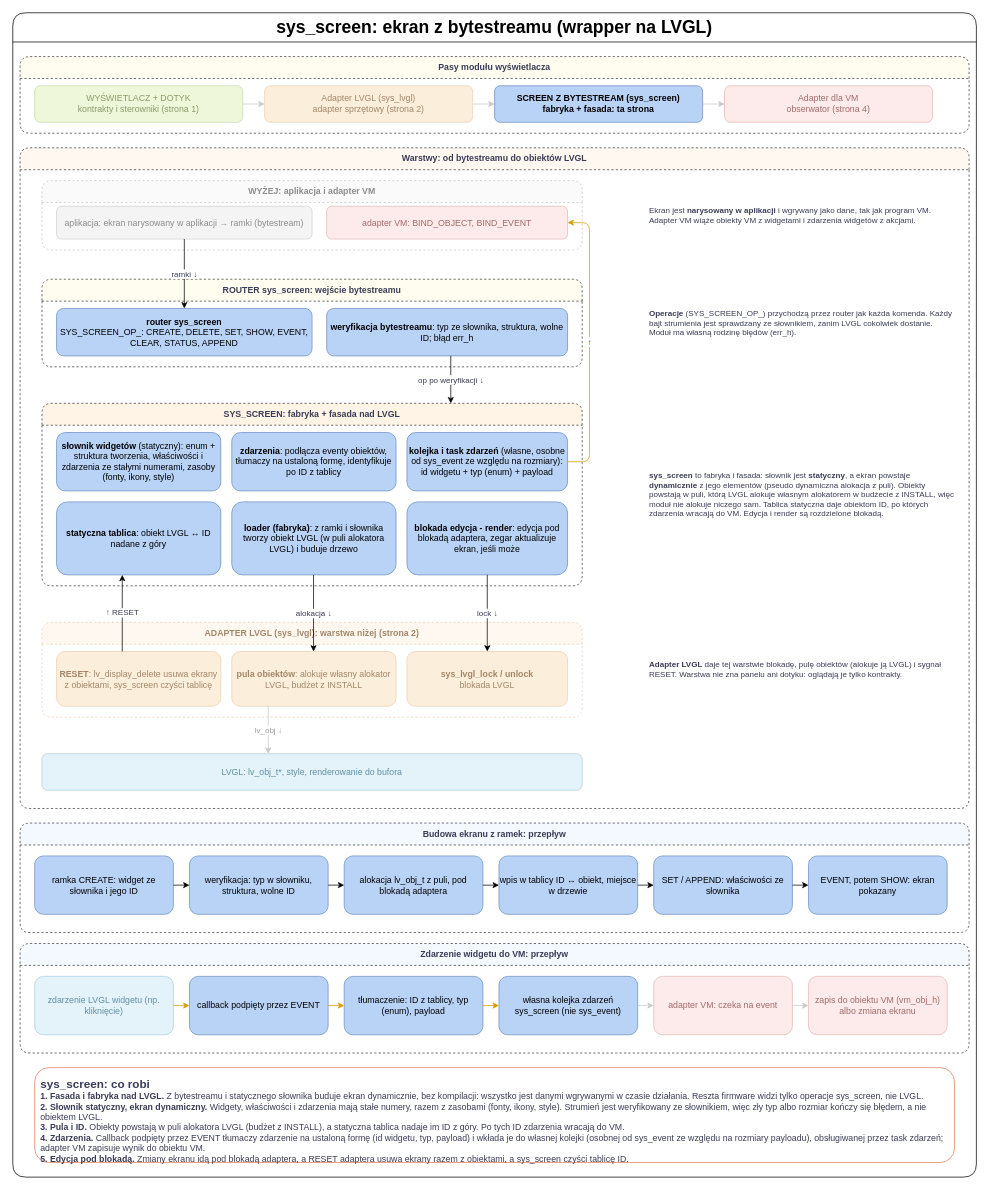
Earlier version of the draw.io diagram page "3 sys_screen: ekran z bytestreamu" (3 of 4) of _SOFTWARE/runit-display.drawio (prukasz/runIT). Source tidied: cells renumbered, new cells numbered last; positions are measured from the earlier drawing's top-left corner, leaving out a move shared by most shapes. Both pictures are drawn from the tidied source at 73%, with x=0, y=0 at pixel (12, 12).
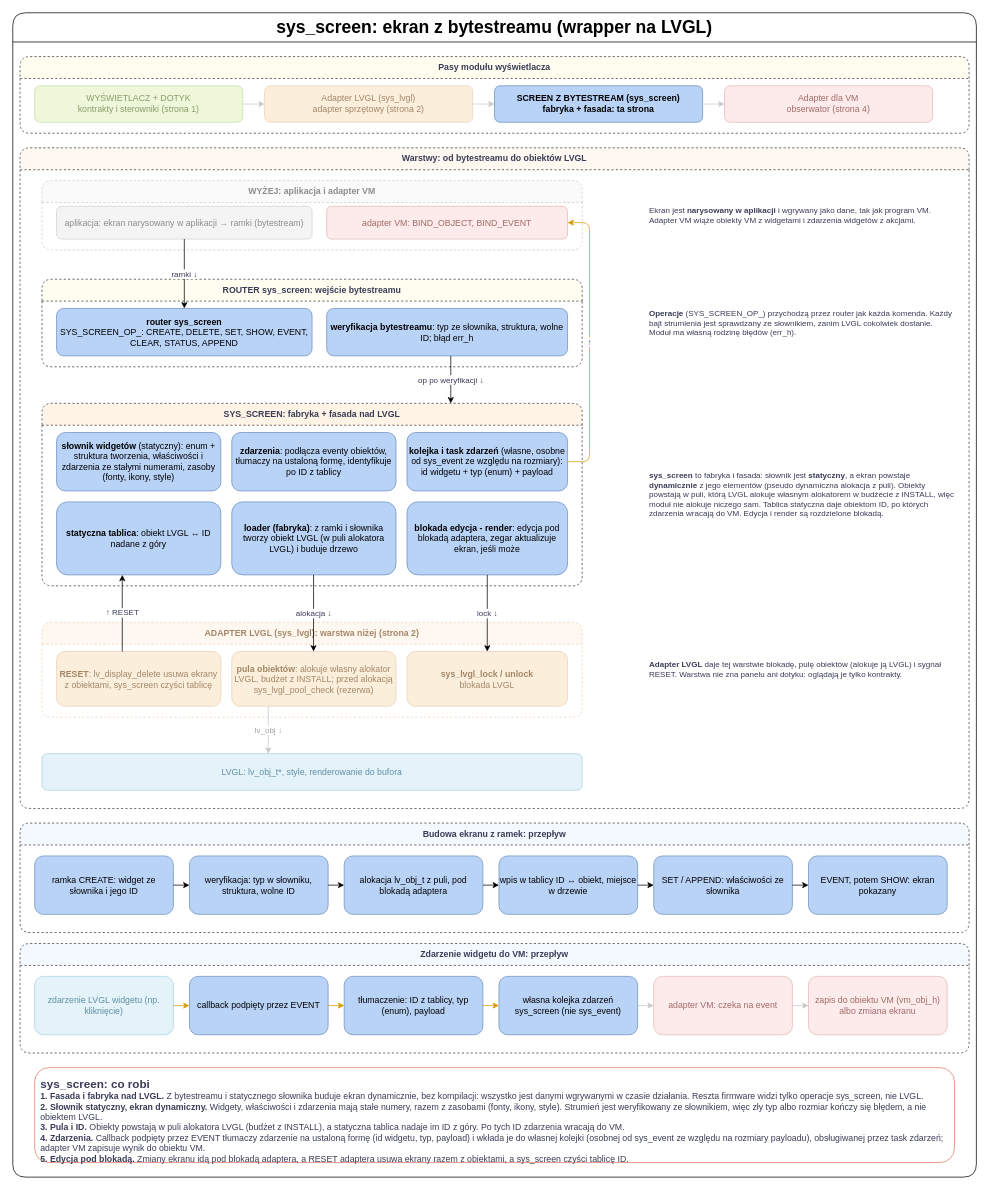
The same page after the edit.

Diff of the diagram source:
```diff
@@
-    <mxCell id="27" value="&lt;b&gt;pula obiektów&lt;/b&gt;: alokuje własny alokator LVGL, budżet z INSTALL" style="rounded=1;whiteSpace=wrap;html=1;fillColor=#fbeedb;strokeColor=#ecd0b6;fontColor=#a38668;roundedPerimeter=1;" parent="1" vertex="1">
+    <mxCell id="27" value="&lt;b&gt;pula obiektów&lt;/b&gt;: alokuje własny alokator LVGL, budżet z INSTALL; przed alokacją sys_lvgl_pool_check (rezerwa)" style="rounded=1;whiteSpace=wrap;html=1;fillColor=#fbeedb;strokeColor=#ecd0b6;fontColor=#a38668;roundedPerimeter=1;" parent="1" vertex="1">
       <mxGeometry x="300" y="875" width="225" height="75" as="geometry" />
     </mxCell>
```
